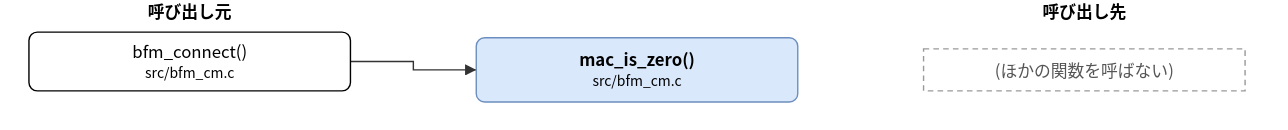
hf355051012-ai/bfmem keeps this draw.io diagram as doc/spec/images/call_src_bfm_cm-mac_is_zero.drawio.svg. Above is the earlier version. Source tidied: cells renumbered, new cells last; positions are measured from the earlier drawing's top-left corner, leaving out a move shared by most shapes.
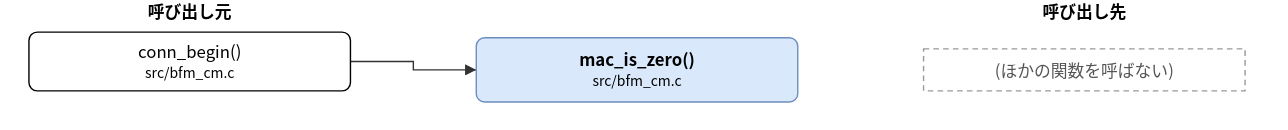
After the commit.

Change to the diagram source:
```diff
@@ -5,7 +5,7 @@
     <mxCell id="2" value="mac_is_zero()&lt;br&gt;&lt;font style=&quot;font-size:10px&quot;&gt;src/bfm_cm.c&lt;/font&gt;" style="rounded=1;whiteSpace=wrap;html=1;fillColor=#dae8fc;strokeColor=#6c8ebf;fontStyle=1;" parent="1" vertex="1">
       <mxGeometry x="320" y="27" width="230" height="46" as="geometry" />
     </mxCell>
-    <mxCell id="3" value="bfm_connect()&lt;br&gt;&lt;font style=&quot;font-size:10px&quot;&gt;src/bfm_cm.c&lt;/font&gt;" style="rounded=1;whiteSpace=wrap;html=1;" parent="1" vertex="1">
+    <mxCell id="3" value="conn_begin()&lt;br&gt;&lt;font style=&quot;font-size:10px&quot;&gt;src/bfm_cm.c&lt;/font&gt;" style="rounded=1;whiteSpace=wrap;html=1;" parent="1" vertex="1">
       <mxGeometry y="23" width="230" height="42" as="geometry" />
     </mxCell>
     <mxCell id="4" value="(ほかの関数を呼ばない)" style="rounded=0;whiteSpace=wrap;html=1;dashed=1;strokeColor=#999999;fontColor=#555555;dashed=1;" parent="1" vertex="1">
```
